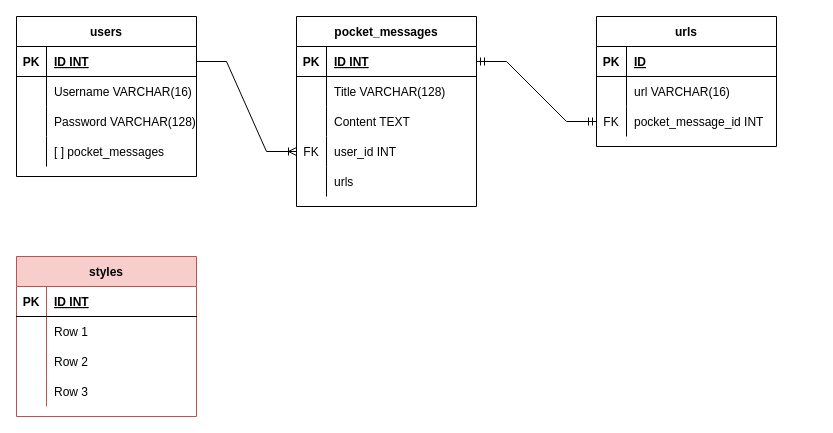
miftahers/pocket-message keeps this draw.io diagram as page "ERD" (2 of 3) of diagram/Use-case-dan-ERD.drawio. Above is the earlier version. Source tidied: cells renumbered, new cells numbered last; positions are measured from the earlier drawing's top-left corner, leaving out a move shared by most shapes. Both pictures are drawn from the tidied source at 100%, with x=0, y=0 at pixel (16, 16).
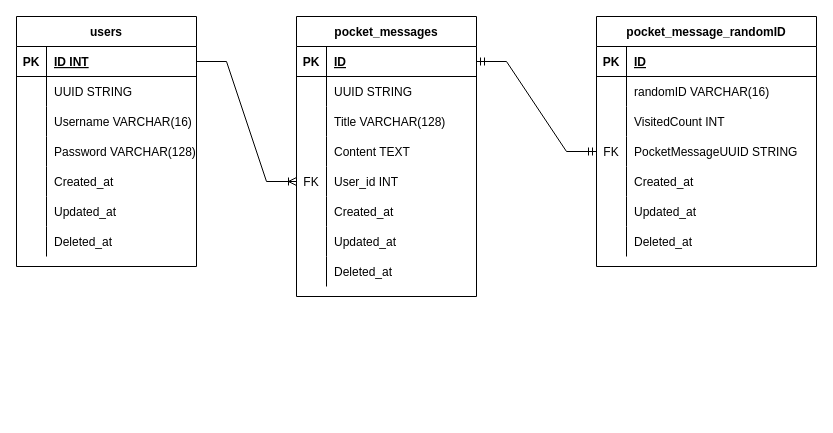
Above is the later version.

Unchanged cells that the change refers to:
```xml
<mxCell id="16" style="shape=tableRow;horizontal=0;startSize=0;swimlaneHead=0;swimlaneBody=0;fillColor=none;points=[[0,0.5],[1,0.5]];portConstraint=eastwest;top=0;left=0;right=0;bottom=1;" parent="15" vertex="1">
  <mxGeometry y="30" width="180" height="30" as="geometry" />
</mxCell>
```

Diff of the diagram source:
```diff
@@
     <mxCell id="2" value="users" style="shape=table;startSize=30;childLayout=tableLayout;rowLines=0;fontStyle=1;align=center;" parent="1" vertex="1">
-      <mxGeometry width="180" height="160" as="geometry" />
+      <mxGeometry width="180" height="250" as="geometry" />
     </mxCell>
@@
+    <mxCell id="56" style="shape=tableRow;horizontal=0;startSize=0;swimlaneHead=0;swimlaneBody=0;fillColor=none;top=0;left=0;right=0;bottom=0;" parent="2" vertex="1">
+      <mxGeometry y="60" width="180" height="30" as="geometry" />
+    </mxCell>
+    <mxCell id="57" style="shape=partialRectangle;fillColor=none;top=0;left=0;bottom=0;right=0;overflow=hidden;" parent="56" vertex="1">
+      <mxGeometry width="30" height="30" as="geometry" />
+    </mxCell>
+    <mxCell id="58" value="UUID STRING" style="shape=partialRectangle;fillColor=none;top=0;left=0;bottom=0;right=0;align=left;spacingLeft=6;overflow=hidden;" parent="56" vertex="1">
+      <mxGeometry x="30" width="150" height="30" as="geometry" />
+    </mxCell>
     <mxCell id="6" style="shape=tableRow;horizontal=0;startSize=0;swimlaneHead=0;swimlaneBody=0;fillColor=none;top=0;left=0;right=0;bottom=0;" parent="2" vertex="1">
-      <mxGeometry y="60" width="180" height="30" as="geometry" />
+      <mxGeometry y="90" width="180" height="30" as="geometry" />
     </mxCell>
@@
     <mxCell id="9" style="shape=tableRow;horizontal=0;startSize=0;swimlaneHead=0;swimlaneBody=0;fillColor=none;top=0;left=0;right=0;bottom=0;" parent="2" vertex="1">
-      <mxGeometry y="90" width="180" height="30" as="geometry" />
+      <mxGeometry y="120" width="180" height="30" as="geometry" />
     </mxCell>
@@
-    <mxCell id="12" style="shape=tableRow;horizontal=0;startSize=0;swimlaneHead=0;swimlaneBody=0;fillColor=none;top=0;left=0;right=0;bottom=0;" parent="2" vertex="1">
-      <mxGeometry y="120" width="180" height="30" as="geometry" />
-    </mxCell>
-    <mxCell id="13" style="shape=partialRectangle;fillColor=none;top=0;left=0;bottom=0;right=0;overflow=hidden;" parent="12" vertex="1">
-      <mxGeometry width="30" height="30" as="geometry" />
-    </mxCell>
-    <mxCell id="14" value="[ ] pocket_messages" style="shape=partialRectangle;fillColor=none;top=0;left=0;bottom=0;right=0;align=left;spacingLeft=6;overflow=hidden;" parent="12" vertex="1">
-      <mxGeometry x="30" width="150" height="30" as="geometry" />
-    </mxCell>
+    <mxCell id="28" style="shape=tableRow;horizontal=0;startSize=0;swimlaneHead=0;swimlaneBody=0;fillColor=none;top=0;left=0;right=0;bottom=0;" parent="2" vertex="1">
+      <mxGeometry y="150" width="180" height="30" as="geometry" />
+    </mxCell>
+    <mxCell id="59" style="shape=partialRectangle;fillColor=none;top=0;left=0;bottom=0;right=0;overflow=hidden;" parent="28" vertex="1">
+      <mxGeometry width="30" height="30" as="geometry" />
+    </mxCell>
+    <mxCell id="60" value="Created_at" style="shape=partialRectangle;fillColor=none;top=0;left=0;bottom=0;right=0;align=left;spacingLeft=6;overflow=hidden;" parent="28" vertex="1">
+      <mxGeometry x="30" width="150" height="30" as="geometry" />
+    </mxCell>
+    <mxCell id="61" style="shape=tableRow;horizontal=0;startSize=0;swimlaneHead=0;swimlaneBody=0;fillColor=none;top=0;left=0;right=0;bottom=0;" parent="2" vertex="1">
+      <mxGeometry y="180" width="180" height="30" as="geometry" />
+    </mxCell>
+    <mxCell id="62" style="shape=partialRectangle;fillColor=none;top=0;left=0;bottom=0;right=0;overflow=hidden;" parent="61" vertex="1">
+      <mxGeometry width="30" height="30" as="geometry" />
+    </mxCell>
+    <mxCell id="63" value="Updated_at" style="shape=partialRectangle;fillColor=none;top=0;left=0;bottom=0;right=0;align=left;spacingLeft=6;overflow=hidden;" parent="61" vertex="1">
+      <mxGeometry x="30" width="150" height="30" as="geometry" />
+    </mxCell>
+    <mxCell id="64" style="shape=tableRow;horizontal=0;startSize=0;swimlaneHead=0;swimlaneBody=0;fillColor=none;top=0;left=0;right=0;bottom=0;" parent="2" vertex="1">
+      <mxGeometry y="210" width="180" height="30" as="geometry" />
+    </mxCell>
+    <mxCell id="65" style="shape=partialRectangle;fillColor=none;top=0;left=0;bottom=0;right=0;overflow=hidden;" parent="64" vertex="1">
+      <mxGeometry width="30" height="30" as="geometry" />
+    </mxCell>
+    <mxCell id="66" value="Deleted_at" style="shape=partialRectangle;fillColor=none;top=0;left=0;bottom=0;right=0;align=left;spacingLeft=6;overflow=hidden;" parent="64" vertex="1">
+      <mxGeometry x="30" width="150" height="30" as="geometry" />
+    </mxCell>
     <mxCell id="15" value="pocket_messages" style="shape=table;startSize=30;childLayout=tableLayout;rowLines=0;fontStyle=1;align=center;" parent="1" vertex="1">
-      <mxGeometry x="280" width="180" height="190" as="geometry" />
+      <mxGeometry x="280" width="180" height="280" as="geometry" />
     </mxCell>
@@
-    <mxCell id="18" value="ID INT" style="shape=partialRectangle;fillColor=none;top=0;left=0;bottom=0;right=0;align=left;spacingLeft=6;fontStyle=5;overflow=hidden;" parent="16" vertex="1">
+    <mxCell id="18" value="ID" style="shape=partialRectangle;fillColor=none;top=0;left=0;bottom=0;right=0;align=left;spacingLeft=6;fontStyle=5;overflow=hidden;" parent="16" vertex="1">
       <mxGeometry x="30" width="150" height="30" as="geometry" />
     </mxCell>
+    <mxCell id="67" style="shape=tableRow;horizontal=0;startSize=0;swimlaneHead=0;swimlaneBody=0;fillColor=none;top=0;left=0;right=0;bottom=0;" parent="15" vertex="1">
+      <mxGeometry y="60" width="180" height="30" as="geometry" />
+    </mxCell>
+    <mxCell id="68" style="shape=partialRectangle;fillColor=none;top=0;left=0;bottom=0;right=0;overflow=hidden;" parent="67" vertex="1">
+      <mxGeometry width="30" height="30" as="geometry" />
+    </mxCell>
+    <mxCell id="69" value="UUID STRING" style="shape=partialRectangle;fillColor=none;top=0;left=0;bottom=0;right=0;align=left;spacingLeft=6;overflow=hidden;" parent="67" vertex="1">
+      <mxGeometry x="30" width="150" height="30" as="geometry" />
+    </mxCell>
     <mxCell id="19" style="shape=tableRow;horizontal=0;startSize=0;swimlaneHead=0;swimlaneBody=0;fillColor=none;top=0;left=0;right=0;bottom=0;" parent="15" vertex="1">
-      <mxGeometry y="60" width="180" height="30" as="geometry" />
+      <mxGeometry y="90" width="180" height="30" as="geometry" />
     </mxCell>
@@
     <mxCell id="22" style="shape=tableRow;horizontal=0;startSize=0;swimlaneHead=0;swimlaneBody=0;fillColor=none;top=0;left=0;right=0;bottom=0;" parent="15" vertex="1">
-      <mxGeometry y="90" width="180" height="30" as="geometry" />
+      <mxGeometry y="120" width="180" height="30" as="geometry" />
     </mxCell>
@@
     <mxCell id="25" style="shape=tableRow;horizontal=0;startSize=0;swimlaneHead=0;swimlaneBody=0;fillColor=none;points=[[0,0.5],[1,0.5]];portConstraint=eastwest;top=0;left=0;right=0;bottom=0;" parent="15" vertex="1">
-      <mxGeometry y="120" width="180" height="30" as="geometry" />
+      <mxGeometry y="150" width="180" height="30" as="geometry" />
     </mxCell>
@@
-    <mxCell id="27" value="user_id INT" style="shape=partialRectangle;fillColor=none;top=0;left=0;bottom=0;right=0;align=left;spacingLeft=6;fontStyle=0;overflow=hidden;" parent="25" vertex="1">
+    <mxCell id="27" value="User_id INT" style="shape=partialRectangle;fillColor=none;top=0;left=0;bottom=0;right=0;align=left;spacingLeft=6;fontStyle=0;overflow=hidden;" parent="25" vertex="1">
       <mxGeometry x="30" width="150" height="30" as="geometry" />
     </mxCell>
-    <mxCell id="28" style="shape=tableRow;horizontal=0;startSize=0;swimlaneHead=0;swimlaneBody=0;fillColor=none;top=0;left=0;right=0;bottom=0;" parent="15" vertex="1">
-      <mxGeometry y="150" width="180" height="30" as="geometry" />
-    </mxCell>
-    <mxCell id="29" style="shape=partialRectangle;fillColor=none;top=0;left=0;bottom=0;right=0;overflow=hidden;" parent="28" vertex="1">
-      <mxGeometry width="30" height="30" as="geometry" />
-    </mxCell>
-    <mxCell id="30" value="urls" style="shape=partialRectangle;fillColor=none;top=0;left=0;bottom=0;right=0;align=left;spacingLeft=6;overflow=hidden;" parent="28" vertex="1">
-      <mxGeometry x="30" width="150" height="30" as="geometry" />
-    </mxCell>
+    <mxCell id="70" style="shape=tableRow;horizontal=0;startSize=0;swimlaneHead=0;swimlaneBody=0;fillColor=none;top=0;left=0;right=0;bottom=0;" parent="15" vertex="1">
+      <mxGeometry y="180" width="180" height="30" as="geometry" />
+    </mxCell>
+    <mxCell id="71" style="shape=partialRectangle;fillColor=none;top=0;left=0;bottom=0;right=0;overflow=hidden;" parent="70" vertex="1">
+      <mxGeometry width="30" height="30" as="geometry" />
+    </mxCell>
+    <mxCell id="72" value="Created_at" style="shape=partialRectangle;fillColor=none;top=0;left=0;bottom=0;right=0;align=left;spacingLeft=6;overflow=hidden;" parent="70" vertex="1">
+      <mxGeometry x="30" width="150" height="30" as="geometry" />
+    </mxCell>
+    <mxCell id="73" style="shape=tableRow;horizontal=0;startSize=0;swimlaneHead=0;swimlaneBody=0;fillColor=none;top=0;left=0;right=0;bottom=0;" parent="15" vertex="1">
+      <mxGeometry y="210" width="180" height="30" as="geometry" />
+    </mxCell>
+    <mxCell id="74" style="shape=partialRectangle;fillColor=none;top=0;left=0;bottom=0;right=0;overflow=hidden;" parent="73" vertex="1">
+      <mxGeometry width="30" height="30" as="geometry" />
+    </mxCell>
+    <mxCell id="75" value="Updated_at" style="shape=partialRectangle;fillColor=none;top=0;left=0;bottom=0;right=0;align=left;spacingLeft=6;overflow=hidden;" parent="73" vertex="1">
+      <mxGeometry x="30" width="150" height="30" as="geometry" />
+    </mxCell>
+    <mxCell id="76" style="shape=tableRow;horizontal=0;startSize=0;swimlaneHead=0;swimlaneBody=0;fillColor=none;top=0;left=0;right=0;bottom=0;" parent="15" vertex="1">
+      <mxGeometry y="240" width="180" height="30" as="geometry" />
+    </mxCell>
+    <mxCell id="77" style="shape=partialRectangle;fillColor=none;top=0;left=0;bottom=0;right=0;overflow=hidden;" parent="76" vertex="1">
+      <mxGeometry width="30" height="30" as="geometry" />
+    </mxCell>
+    <mxCell id="78" value="Deleted_at" style="shape=partialRectangle;fillColor=none;top=0;left=0;bottom=0;right=0;align=left;spacingLeft=6;overflow=hidden;" parent="76" vertex="1">
+      <mxGeometry x="30" width="150" height="30" as="geometry" />
+    </mxCell>
-    <mxCell id="31" value="urls" style="shape=table;startSize=30;childLayout=tableLayout;rowLines=0;fontStyle=1;align=center;" parent="1" vertex="1">
-      <mxGeometry x="580" width="180" height="130" as="geometry" />
+    <mxCell id="31" value="pocket_message_randomID" style="shape=table;startSize=30;childLayout=tableLayout;rowLines=0;fontStyle=1;align=center;" parent="1" vertex="1">
+      <mxGeometry x="580" width="220" height="250" as="geometry" />
     </mxCell>
     <mxCell id="32" style="shape=tableRow;horizontal=0;startSize=0;swimlaneHead=0;swimlaneBody=0;fillColor=none;top=0;left=0;right=0;bottom=1;" parent="31" vertex="1">
-      <mxGeometry y="30" width="180" height="30" as="geometry" />
+      <mxGeometry y="30" width="220" height="30" as="geometry" />
     </mxCell>
@@
     <mxCell id="34" value="ID" style="shape=partialRectangle;fillColor=none;top=0;left=0;bottom=0;right=0;align=left;spacingLeft=6;fontStyle=5;overflow=hidden;" parent="32" vertex="1">
-      <mxGeometry x="30" width="150" height="30" as="geometry" />
+      <mxGeometry x="30" width="190" height="30" as="geometry" />
     </mxCell>
     <mxCell id="35" style="shape=tableRow;horizontal=0;startSize=0;swimlaneHead=0;swimlaneBody=0;fillColor=none;top=0;left=0;right=0;bottom=0;" parent="31" vertex="1">
-      <mxGeometry y="60" width="180" height="30" as="geometry" />
+      <mxGeometry y="60" width="220" height="30" as="geometry" />
     </mxCell>
@@
-    <mxCell id="37" value="url VARCHAR(16)" style="shape=partialRectangle;fillColor=none;top=0;left=0;bottom=0;right=0;align=left;spacingLeft=6;overflow=hidden;" parent="35" vertex="1">
-      <mxGeometry x="30" width="150" height="30" as="geometry" />
+    <mxCell id="37" value="randomID VARCHAR(16)" style="shape=partialRectangle;fillColor=none;top=0;left=0;bottom=0;right=0;align=left;spacingLeft=6;overflow=hidden;" parent="35" vertex="1">
+      <mxGeometry x="30" width="190" height="30" as="geometry" />
     </mxCell>
+    <mxCell id="79" style="shape=tableRow;horizontal=0;startSize=0;swimlaneHead=0;swimlaneBody=0;fillColor=none;top=0;left=0;right=0;bottom=0;" parent="31" vertex="1">
+      <mxGeometry y="90" width="220" height="30" as="geometry" />
+    </mxCell>
+    <mxCell id="80" style="shape=partialRectangle;fillColor=none;top=0;left=0;bottom=0;right=0;overflow=hidden;" parent="79" vertex="1">
+      <mxGeometry width="30" height="30" as="geometry" />
+    </mxCell>
+    <mxCell id="81" value="VisitedCount INT" style="shape=partialRectangle;fillColor=none;top=0;left=0;bottom=0;right=0;align=left;spacingLeft=6;overflow=hidden;" parent="79" vertex="1">
+      <mxGeometry x="30" width="190" height="30" as="geometry" />
+    </mxCell>
     <mxCell id="38" style="shape=tableRow;horizontal=0;startSize=0;swimlaneHead=0;swimlaneBody=0;fillColor=none;points=[[0,0.5],[1,0.5]];portConstraint=eastwest;top=0;left=0;right=0;bottom=0;" parent="31" vertex="1">
-      <mxGeometry y="90" width="180" height="30" as="geometry" />
+      <mxGeometry y="120" width="220" height="30" as="geometry" />
     </mxCell>
@@
-    <mxCell id="40" value="pocket_message_id INT" style="shape=partialRectangle;fillColor=none;top=0;left=0;bottom=0;right=0;align=left;spacingLeft=6;fontStyle=0;overflow=hidden;" parent="38" vertex="1">
-      <mxGeometry x="30" width="150" height="30" as="geometry" />
+    <mxCell id="40" value="PocketMessageUUID STRING" style="shape=partialRectangle;fillColor=none;top=0;left=0;bottom=0;right=0;align=left;spacingLeft=6;fontStyle=0;overflow=hidden;" parent="38" vertex="1">
+      <mxGeometry x="30" width="190" height="30" as="geometry" />
     </mxCell>
+    <mxCell id="82" style="shape=tableRow;horizontal=0;startSize=0;swimlaneHead=0;swimlaneBody=0;fillColor=none;top=0;left=0;right=0;bottom=0;" parent="31" vertex="1">
+      <mxGeometry y="150" width="220" height="30" as="geometry" />
+    </mxCell>
+    <mxCell id="83" style="shape=partialRectangle;fillColor=none;top=0;left=0;bottom=0;right=0;overflow=hidden;" parent="82" vertex="1">
+      <mxGeometry width="30" height="30" as="geometry" />
+    </mxCell>
+    <mxCell id="84" value="Created_at" style="shape=partialRectangle;fillColor=none;top=0;left=0;bottom=0;right=0;align=left;spacingLeft=6;overflow=hidden;" parent="82" vertex="1">
+      <mxGeometry x="30" width="190" height="30" as="geometry" />
+    </mxCell>
+    <mxCell id="85" style="shape=tableRow;horizontal=0;startSize=0;swimlaneHead=0;swimlaneBody=0;fillColor=none;top=0;left=0;right=0;bottom=0;" parent="31" vertex="1">
+      <mxGeometry y="180" width="220" height="30" as="geometry" />
+    </mxCell>
+    <mxCell id="86" style="shape=partialRectangle;fillColor=none;top=0;left=0;bottom=0;right=0;overflow=hidden;" parent="85" vertex="1">
+      <mxGeometry width="30" height="30" as="geometry" />
+    </mxCell>
+    <mxCell id="87" value="Updated_at" style="shape=partialRectangle;fillColor=none;top=0;left=0;bottom=0;right=0;align=left;spacingLeft=6;overflow=hidden;" parent="85" vertex="1">
+      <mxGeometry x="30" width="190" height="30" as="geometry" />
+    </mxCell>
+    <mxCell id="88" style="shape=tableRow;horizontal=0;startSize=0;swimlaneHead=0;swimlaneBody=0;fillColor=none;top=0;left=0;right=0;bottom=0;" parent="31" vertex="1">
+      <mxGeometry y="210" width="220" height="30" as="geometry" />
+    </mxCell>
+    <mxCell id="89" style="shape=partialRectangle;fillColor=none;top=0;left=0;bottom=0;right=0;overflow=hidden;" parent="88" vertex="1">
+      <mxGeometry width="30" height="30" as="geometry" />
+    </mxCell>
+    <mxCell id="90" value="Deleted_at" style="shape=partialRectangle;fillColor=none;top=0;left=0;bottom=0;right=0;align=left;spacingLeft=6;overflow=hidden;" parent="88" vertex="1">
+      <mxGeometry x="30" width="190" height="30" as="geometry" />
+    </mxCell>
@@
-    <mxCell id="43" value="styles" style="shape=table;startSize=30;childLayout=tableLayout;rowLines=0;fontStyle=1;align=center;fillColor=#f8cecc;strokeColor=#b85450;" parent="1" vertex="1">
-      <mxGeometry y="240" width="180" height="160" as="geometry" />
-    </mxCell>
-    <mxCell id="44" style="shape=tableRow;horizontal=0;startSize=0;swimlaneHead=0;swimlaneBody=0;fillColor=none;top=0;left=0;right=0;bottom=1;" parent="43" vertex="1">
-      <mxGeometry y="30" width="180" height="30" as="geometry" />
-    </mxCell>
-    <mxCell id="45" value="PK" style="shape=partialRectangle;fillColor=none;top=0;left=0;bottom=0;right=0;fontStyle=1;overflow=hidden;" parent="44" vertex="1">
-      <mxGeometry width="30" height="30" as="geometry" />
-    </mxCell>
-    <mxCell id="46" value="ID INT" style="shape=partialRectangle;fillColor=none;top=0;left=0;bottom=0;right=0;align=left;spacingLeft=6;fontStyle=5;overflow=hidden;" parent="44" vertex="1">
-      <mxGeometry x="30" width="150" height="30" as="geometry" />
-    </mxCell>
-    <mxCell id="47" style="shape=tableRow;horizontal=0;startSize=0;swimlaneHead=0;swimlaneBody=0;fillColor=none;top=0;left=0;right=0;bottom=0;" parent="43" vertex="1">
-      <mxGeometry y="60" width="180" height="30" as="geometry" />
-    </mxCell>
-    <mxCell id="48" style="shape=partialRectangle;fillColor=none;top=0;left=0;bottom=0;right=0;overflow=hidden;" parent="47" vertex="1">
-      <mxGeometry width="30" height="30" as="geometry" />
-    </mxCell>
-    <mxCell id="49" value="Row 1" style="shape=partialRectangle;fillColor=none;top=0;left=0;bottom=0;right=0;align=left;spacingLeft=6;overflow=hidden;" parent="47" vertex="1">
-      <mxGeometry x="30" width="150" height="30" as="geometry" />
-    </mxCell>
-    <mxCell id="50" style="shape=tableRow;horizontal=0;startSize=0;swimlaneHead=0;swimlaneBody=0;fillColor=none;top=0;left=0;right=0;bottom=0;" parent="43" vertex="1">
-      <mxGeometry y="90" width="180" height="30" as="geometry" />
-    </mxCell>
-    <mxCell id="51" style="shape=partialRectangle;fillColor=none;top=0;left=0;bottom=0;right=0;overflow=hidden;" parent="50" vertex="1">
-      <mxGeometry width="30" height="30" as="geometry" />
-    </mxCell>
-    <mxCell id="52" value="Row 2" style="shape=partialRectangle;fillColor=none;top=0;left=0;bottom=0;right=0;align=left;spacingLeft=6;overflow=hidden;" parent="50" vertex="1">
-      <mxGeometry x="30" width="150" height="30" as="geometry" />
-    </mxCell>
-    <mxCell id="53" style="shape=tableRow;horizontal=0;startSize=0;swimlaneHead=0;swimlaneBody=0;fillColor=none;top=0;left=0;right=0;bottom=0;" parent="43" vertex="1">
-      <mxGeometry y="120" width="180" height="30" as="geometry" />
-    </mxCell>
-    <mxCell id="54" style="shape=partialRectangle;fillColor=none;top=0;left=0;bottom=0;right=0;overflow=hidden;" parent="53" vertex="1">
-      <mxGeometry width="30" height="30" as="geometry" />
-    </mxCell>
-    <mxCell id="55" value="Row 3" style="shape=partialRectangle;fillColor=none;top=0;left=0;bottom=0;right=0;align=left;spacingLeft=6;overflow=hidden;" parent="53" vertex="1">
-      <mxGeometry x="30" width="150" height="30" as="geometry" />
-    </mxCell>
```
